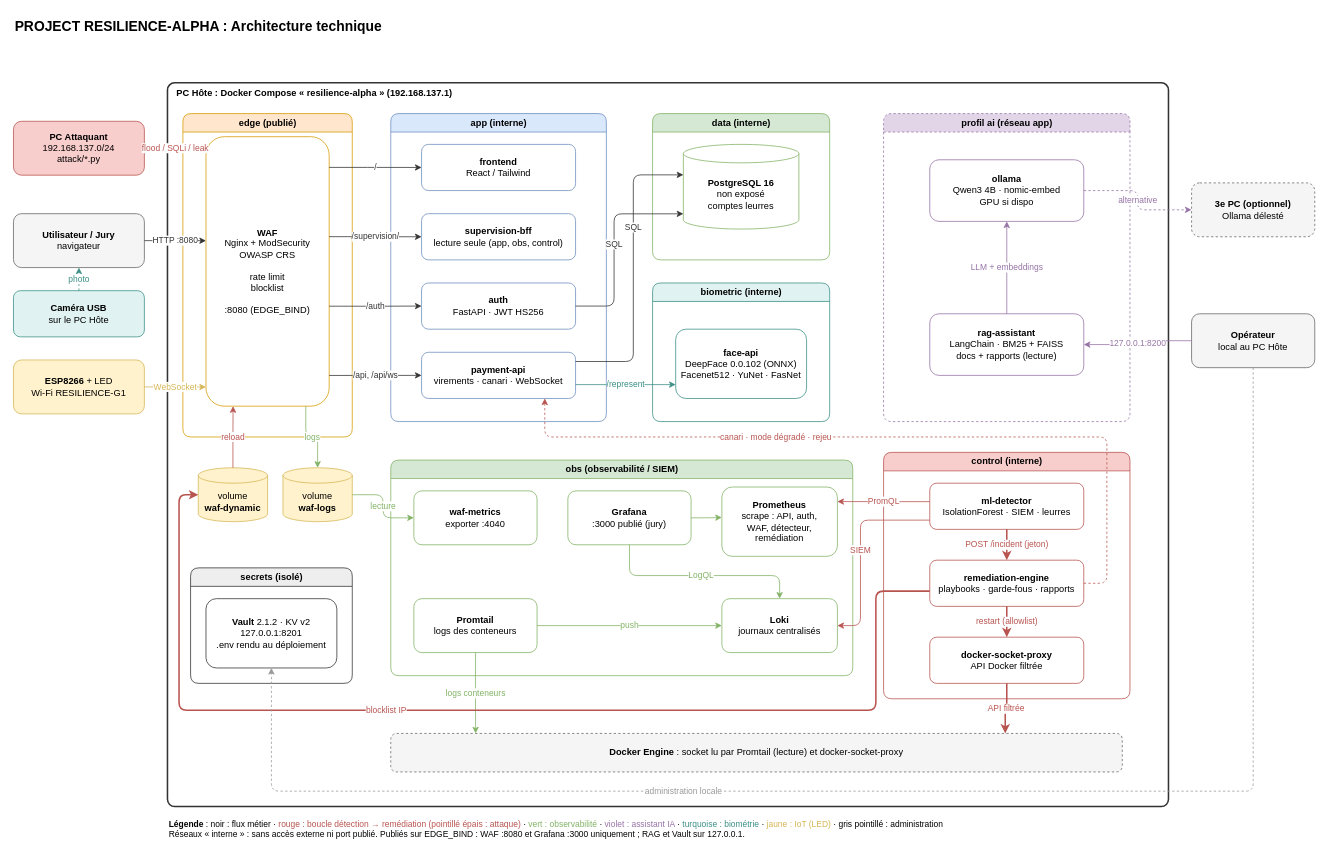
This is docs/diagrams/architecture.drawio from Rococo77/Workshop-26, a draw.io file, before an edit. Source tidied: cells renumbered, new cells numbered last; positions are measured from the earlier drawing's top-left corner, leaving out a move shared by most shapes. Both pictures are drawn from the tidied source at 77%, with x=0, y=0 at pixel (13, 13).
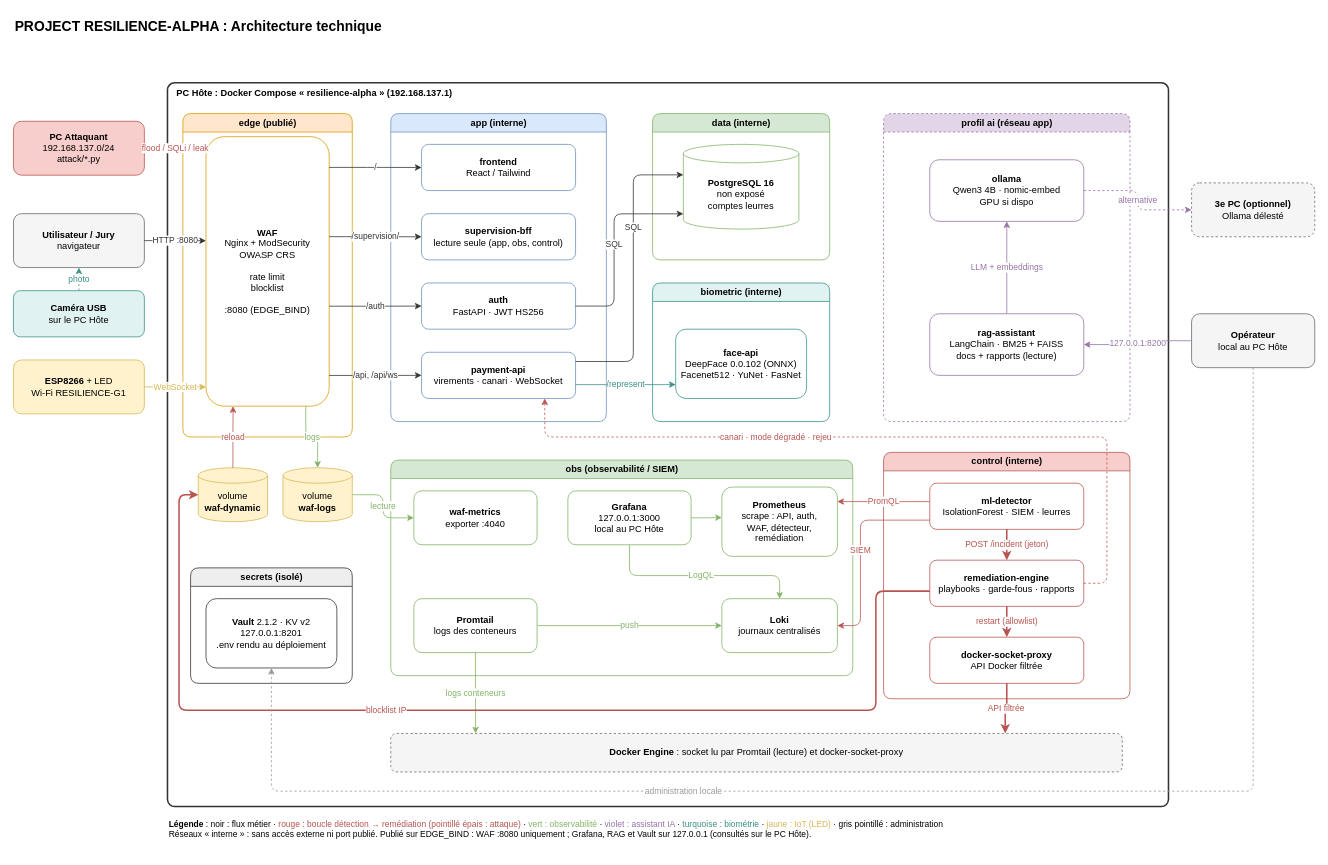
After the change.

Commit message (it also covers changes not shown here):
docs: Grafana local (127.0.0.1) coherent partout apres durcissement

Change to the diagram source:
```diff
@@
-    <mxCell id="30" value="&lt;b&gt;Grafana&lt;/b&gt;&lt;br&gt;:3000 publié (jury)" style="rounded=1;whiteSpace=wrap;html=1;fillColor=#ffffff;strokeColor=#82b366;" parent="1" vertex="1">
+    <mxCell id="30" value="&lt;b&gt;Grafana&lt;/b&gt;&lt;br&gt;127.0.0.1:3000&lt;br&gt;local au PC Hôte" style="rounded=1;whiteSpace=wrap;html=1;fillColor=#ffffff;strokeColor=#82b366;" parent="1" vertex="1">
       <mxGeometry x="720" y="620" width="160" height="70" as="geometry" />
     </mxCell>
@@
-    <mxCell id="68" value="&lt;b&gt;Légende&lt;/b&gt; : noir : flux métier · &lt;font color=&quot;#b85450&quot;&gt;rouge : boucle détection → remédiation (pointillé épais : attaque)&lt;/font&gt; · &lt;font color=&quot;#82b366&quot;&gt;vert : observabilité&lt;/font&gt; · &lt;font color=&quot;#9673a6&quot;&gt;violet : assistant IA&lt;/font&gt; · &lt;font color=&quot;#3b8f86&quot;&gt;turquoise : biométrie&lt;/font&gt; · &lt;font color=&quot;#d6b656&quot;&gt;jaune : IoT (LED)&lt;/font&gt; · gris pointillé : administration&lt;br&gt;Réseaux « interne » : sans accès externe ni port publié. Publiés sur EDGE_BIND : WAF :8080 et Grafana :3000 uniquement ; RAG et Vault sur 127.0.0.1." style="text;html=1;whiteSpace=wrap;align=left;verticalAlign=top;fontSize=11;" parent="1" vertex="1">
+    <mxCell id="68" value="&lt;b&gt;Légende&lt;/b&gt; : noir : flux métier · &lt;font color=&quot;#b85450&quot;&gt;rouge : boucle détection → remédiation (pointillé épais : attaque)&lt;/font&gt; · &lt;font color=&quot;#82b366&quot;&gt;vert : observabilité&lt;/font&gt; · &lt;font color=&quot;#9673a6&quot;&gt;violet : assistant IA&lt;/font&gt; · &lt;font color=&quot;#3b8f86&quot;&gt;turquoise : biométrie&lt;/font&gt; · &lt;font color=&quot;#d6b656&quot;&gt;jaune : IoT (LED)&lt;/font&gt; · gris pointillé : administration&lt;br&gt;Réseaux « interne » : sans accès externe ni port publié. Publié sur EDGE_BIND : WAF :8080 uniquement ; Grafana, RAG et Vault sur 127.0.0.1 (consultés sur le PC Hôte)." style="text;html=1;whiteSpace=wrap;align=left;verticalAlign=top;fontSize=11;" parent="1" vertex="1">
       <mxGeometry x="200" y="1040" width="1300" height="50" as="geometry" />
     </mxCell>
```
